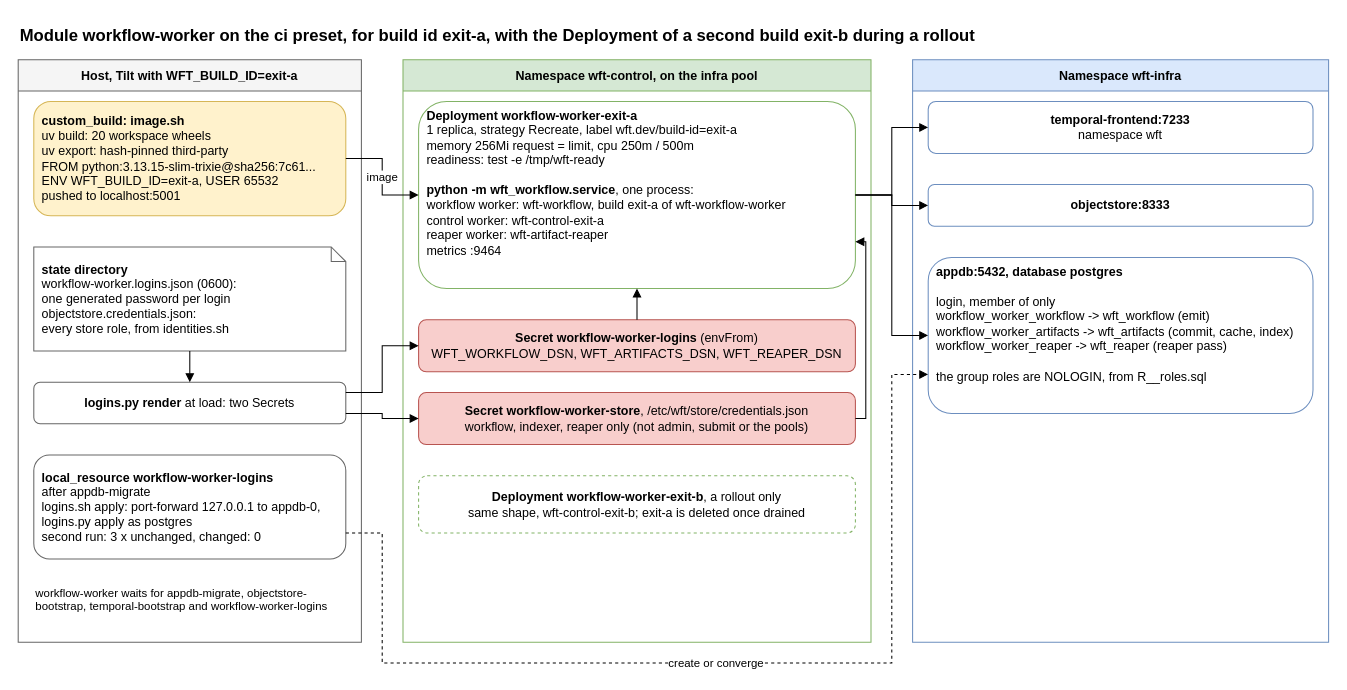
The draw.io diagram deploy/workflow/workflow-worker.drawio in AndoNorth/disyard, before the edit. Source tidied: cells renumbered, new cells numbered last; positions are measured from the earlier drawing's top-left corner, leaving out a move shared by most shapes. Both pictures are drawn from the tidied source at 104%, with x=0, y=0 at pixel (18, 18).
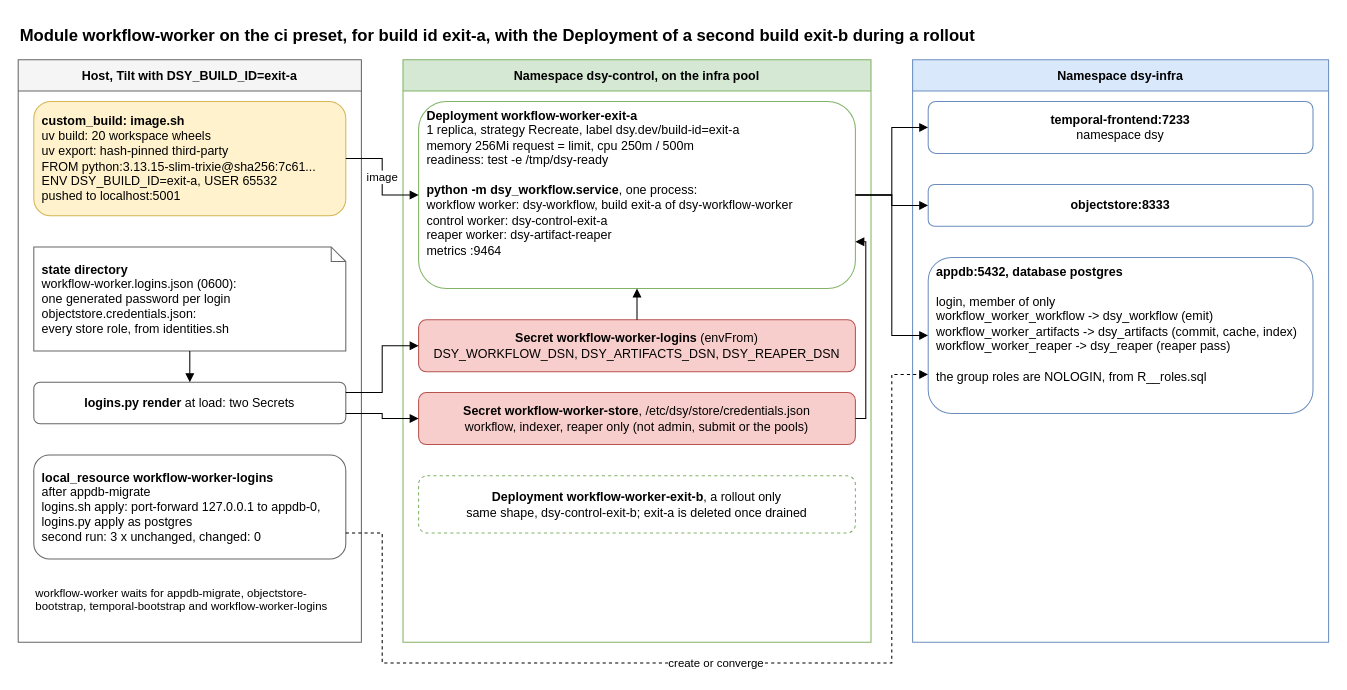
The same diagram, later.

Diff of the diagram source:
```diff
@@
-    <mxCell id="3" value="Host, Tilt with WFT_BUILD_ID=exit-a" style="swimlane;startSize=30;fillColor=#f5f5f5;strokeColor=#666666;fontStyle=1;" parent="1" vertex="1">
+    <mxCell id="3" value="Host, Tilt with DSY_BUILD_ID=exit-a" style="swimlane;startSize=30;fillColor=#f5f5f5;strokeColor=#666666;fontStyle=1;" parent="1" vertex="1">
       <mxGeometry y="40" width="330" height="560" as="geometry" />
     </mxCell>
-    <mxCell id="4" value="&lt;b&gt;custom_build: image.sh&lt;/b&gt;&lt;br&gt;uv build: 20 workspace wheels&lt;br&gt;uv export: hash-pinned third-party&lt;br&gt;FROM python:3.13.15-slim-trixie@sha256:7c61...&lt;br&gt;ENV WFT_BUILD_ID=exit-a, USER 65532&lt;br&gt;pushed to localhost:5001" style="rounded=1;whiteSpace=wrap;html=1;fillColor=#fff2cc;strokeColor=#d6b656;align=left;spacingLeft=6;" parent="3" vertex="1">
+    <mxCell id="4" value="&lt;b&gt;custom_build: image.sh&lt;/b&gt;&lt;br&gt;uv build: 20 workspace wheels&lt;br&gt;uv export: hash-pinned third-party&lt;br&gt;FROM python:3.13.15-slim-trixie@sha256:7c61...&lt;br&gt;ENV DSY_BUILD_ID=exit-a, USER 65532&lt;br&gt;pushed to localhost:5001" style="rounded=1;whiteSpace=wrap;html=1;fillColor=#fff2cc;strokeColor=#d6b656;align=left;spacingLeft=6;" parent="3" vertex="1">
       <mxGeometry x="15" y="40" width="300" height="110" as="geometry" />
     </mxCell>
@@
-    <mxCell id="10" value="Namespace wft-control, on the infra pool" style="swimlane;startSize=30;fillColor=#d5e8d4;strokeColor=#82b366;fontStyle=1;" parent="1" vertex="1">
+    <mxCell id="10" value="Namespace dsy-control, on the infra pool" style="swimlane;startSize=30;fillColor=#d5e8d4;strokeColor=#82b366;fontStyle=1;" parent="1" vertex="1">
       <mxGeometry x="370" y="40" width="450" height="560" as="geometry" />
     </mxCell>
-    <mxCell id="11" value="&lt;b&gt;Deployment workflow-worker-exit-a&lt;/b&gt;&lt;br&gt;1 replica, strategy Recreate, label wft.dev/build-id=exit-a&lt;br&gt;memory 256Mi request = limit, cpu 250m / 500m&lt;br&gt;readiness: test -e /tmp/wft-ready&lt;br&gt;&lt;br&gt;&lt;b&gt;python -m wft_workflow.service&lt;/b&gt;, one process:&lt;br&gt;workflow worker: wft-workflow, build exit-a of wft-workflow-worker&lt;br&gt;control worker: wft-control-exit-a&lt;br&gt;reaper worker: wft-artifact-reaper&lt;br&gt;metrics :9464" style="rounded=1;whiteSpace=wrap;html=1;fillColor=#ffffff;strokeColor=#82b366;align=left;spacingLeft=6;verticalAlign=top;" parent="10" vertex="1">
+    <mxCell id="11" value="&lt;b&gt;Deployment workflow-worker-exit-a&lt;/b&gt;&lt;br&gt;1 replica, strategy Recreate, label dsy.dev/build-id=exit-a&lt;br&gt;memory 256Mi request = limit, cpu 250m / 500m&lt;br&gt;readiness: test -e /tmp/dsy-ready&lt;br&gt;&lt;br&gt;&lt;b&gt;python -m dsy_workflow.service&lt;/b&gt;, one process:&lt;br&gt;workflow worker: dsy-workflow, build exit-a of dsy-workflow-worker&lt;br&gt;control worker: dsy-control-exit-a&lt;br&gt;reaper worker: dsy-artifact-reaper&lt;br&gt;metrics :9464" style="rounded=1;whiteSpace=wrap;html=1;fillColor=#ffffff;strokeColor=#82b366;align=left;spacingLeft=6;verticalAlign=top;" parent="10" vertex="1">
       <mxGeometry x="15" y="40" width="420" height="180" as="geometry" />
     </mxCell>
-    <mxCell id="12" value="&lt;b&gt;Secret workflow-worker-logins&lt;/b&gt; (envFrom)&lt;br&gt;WFT_WORKFLOW_DSN, WFT_ARTIFACTS_DSN, WFT_REAPER_DSN" style="rounded=1;whiteSpace=wrap;html=1;fillColor=#f8cecc;strokeColor=#b85450;" parent="10" vertex="1">
+    <mxCell id="12" value="&lt;b&gt;Secret workflow-worker-logins&lt;/b&gt; (envFrom)&lt;br&gt;DSY_WORKFLOW_DSN, DSY_ARTIFACTS_DSN, DSY_REAPER_DSN" style="rounded=1;whiteSpace=wrap;html=1;fillColor=#f8cecc;strokeColor=#b85450;" parent="10" vertex="1">
       <mxGeometry x="15" y="250" width="420" height="50" as="geometry" />
     </mxCell>
-    <mxCell id="13" value="&lt;b&gt;Secret workflow-worker-store&lt;/b&gt;, /etc/wft/store/credentials.json&lt;br&gt;workflow, indexer, reaper only (not admin, submit or the pools)" style="rounded=1;whiteSpace=wrap;html=1;fillColor=#f8cecc;strokeColor=#b85450;" parent="10" vertex="1">
+    <mxCell id="13" value="&lt;b&gt;Secret workflow-worker-store&lt;/b&gt;, /etc/dsy/store/credentials.json&lt;br&gt;workflow, indexer, reaper only (not admin, submit or the pools)" style="rounded=1;whiteSpace=wrap;html=1;fillColor=#f8cecc;strokeColor=#b85450;" parent="10" vertex="1">
       <mxGeometry x="15" y="320" width="420" height="50" as="geometry" />
     </mxCell>
-    <mxCell id="14" value="&lt;b&gt;Deployment workflow-worker-exit-b&lt;/b&gt;, a rollout only&lt;br&gt;same shape, wft-control-exit-b; exit-a is deleted once drained" style="rounded=1;whiteSpace=wrap;html=1;fillColor=#ffffff;strokeColor=#82b366;dashed=1;" parent="10" vertex="1">
+    <mxCell id="14" value="&lt;b&gt;Deployment workflow-worker-exit-b&lt;/b&gt;, a rollout only&lt;br&gt;same shape, dsy-control-exit-b; exit-a is deleted once drained" style="rounded=1;whiteSpace=wrap;html=1;fillColor=#ffffff;strokeColor=#82b366;dashed=1;" parent="10" vertex="1">
       <mxGeometry x="15" y="400" width="420" height="55" as="geometry" />
     </mxCell>
@@
-    <mxCell id="17" value="Namespace wft-infra" style="swimlane;startSize=30;fillColor=#dae8fc;strokeColor=#6c8ebf;fontStyle=1;" parent="1" vertex="1">
+    <mxCell id="17" value="Namespace dsy-infra" style="swimlane;startSize=30;fillColor=#dae8fc;strokeColor=#6c8ebf;fontStyle=1;" parent="1" vertex="1">
       <mxGeometry x="860" y="40" width="400" height="560" as="geometry" />
     </mxCell>
-    <mxCell id="18" value="&lt;b&gt;temporal-frontend:7233&lt;/b&gt;&lt;br&gt;namespace wft" style="rounded=1;whiteSpace=wrap;html=1;fillColor=#ffffff;strokeColor=#6c8ebf;" parent="17" vertex="1">
+    <mxCell id="18" value="&lt;b&gt;temporal-frontend:7233&lt;/b&gt;&lt;br&gt;namespace dsy" style="rounded=1;whiteSpace=wrap;html=1;fillColor=#ffffff;strokeColor=#6c8ebf;" parent="17" vertex="1">
       <mxGeometry x="15" y="40" width="370" height="50" as="geometry" />
     </mxCell>
@@
-    <mxCell id="20" value="&lt;b&gt;appdb:5432, database postgres&lt;/b&gt;&lt;br&gt;&lt;br&gt;login, member of only&lt;br&gt;workflow_worker_workflow -&amp;gt; wft_workflow (emit)&lt;br&gt;workflow_worker_artifacts -&amp;gt; wft_artifacts (commit, cache, index)&lt;br&gt;workflow_worker_reaper -&amp;gt; wft_reaper (reaper pass)&lt;br&gt;&lt;br&gt;the group roles are NOLOGIN, from R__roles.sql" style="rounded=1;whiteSpace=wrap;html=1;fillColor=#ffffff;strokeColor=#6c8ebf;align=left;spacingLeft=6;verticalAlign=top;" parent="17" vertex="1">
+    <mxCell id="20" value="&lt;b&gt;appdb:5432, database postgres&lt;/b&gt;&lt;br&gt;&lt;br&gt;login, member of only&lt;br&gt;workflow_worker_workflow -&amp;gt; dsy_workflow (emit)&lt;br&gt;workflow_worker_artifacts -&amp;gt; dsy_artifacts (commit, cache, index)&lt;br&gt;workflow_worker_reaper -&amp;gt; dsy_reaper (reaper pass)&lt;br&gt;&lt;br&gt;the group roles are NOLOGIN, from R__roles.sql" style="rounded=1;whiteSpace=wrap;html=1;fillColor=#ffffff;strokeColor=#6c8ebf;align=left;spacingLeft=6;verticalAlign=top;" parent="17" vertex="1">
       <mxGeometry x="15" y="190" width="370" height="150" as="geometry" />
     </mxCell>
```
